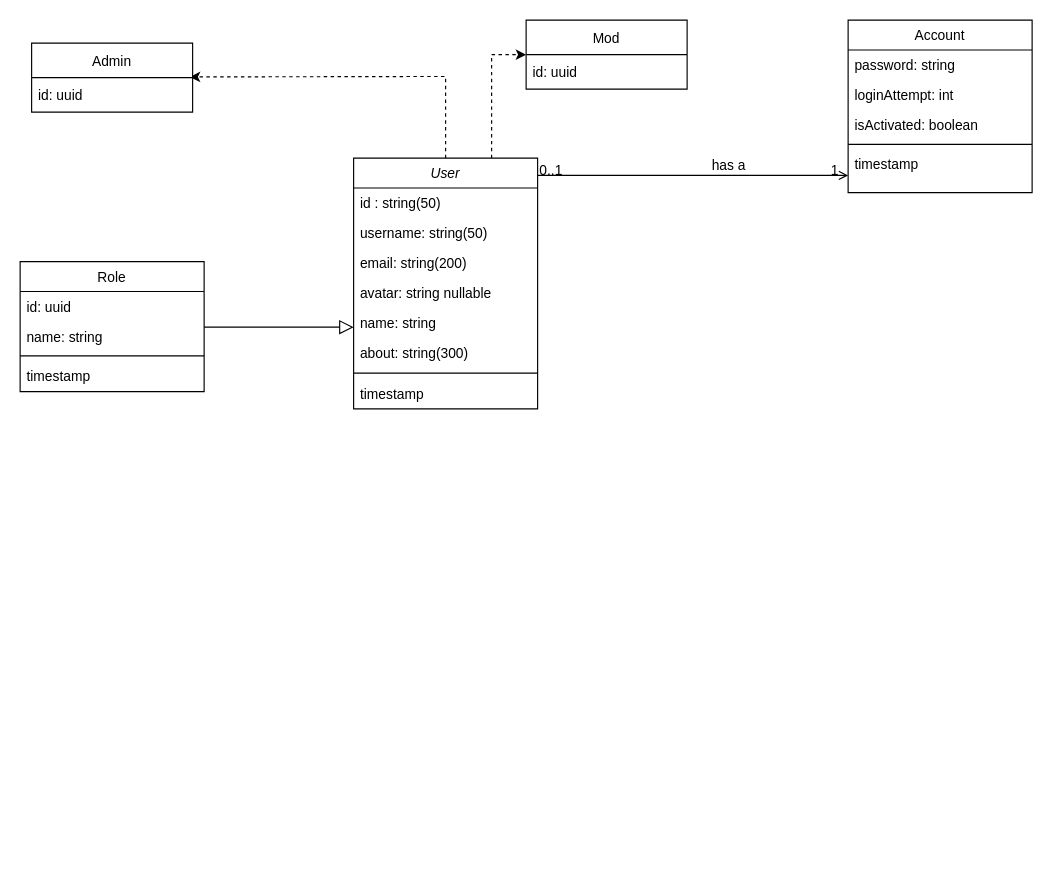
Earlier version of the draw.io diagram Tan_Blog.drawio (Spectrum184/tan_blog). Source tidied: cells renumbered, new cells numbered last; positions are measured from the earlier drawing's top-left corner, leaving out a move shared by most shapes. Both pictures are drawn from the tidied source at 115%, with x=0, y=0 at pixel (20, 20).
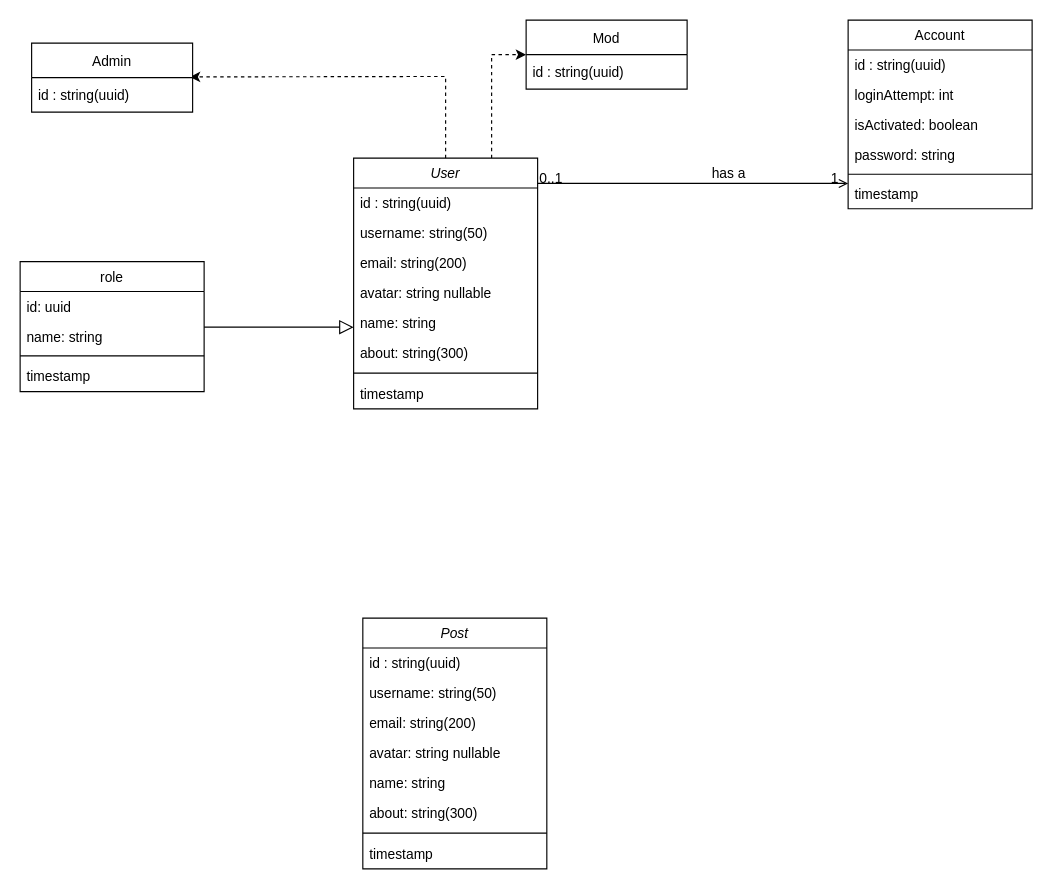
The same diagram, later.

The change refers to these unchanged cells:
```xml
<mxCell id="9" value="User" style="swimlane;fontStyle=2;align=center;verticalAlign=top;horizontal=1;startSize=26;rounded=0;shadow=0;strokeWidth=1;" parent="1" vertex="1">
  <mxGeometry x="290" y="120" width="160" height="218" as="geometry" />
</mxCell>
<mxCell id="29" value="Admin" style="swimlane;fontStyle=0;horizontal=1;startSize=30;" parent="1" vertex="1">
  <mxGeometry x="10" y="20" width="140" height="60" as="geometry" />
</mxCell>
<mxCell id="31" value="Mod" style="swimlane;fontStyle=0;horizontal=1;startSize=30;" parent="1" vertex="1">
  <mxGeometry x="440" width="140" height="60" as="geometry" />
</mxCell>
```

Change to the diagram source:
```diff
@@
-    <mxCell id="2" value="Role" style="swimlane;fontStyle=0;align=center;verticalAlign=top;horizontal=1;startSize=26;rounded=0;shadow=0;strokeWidth=1;" parent="1" vertex="1">
+    <mxCell id="2" value="role" style="swimlane;fontStyle=0;align=center;verticalAlign=top;horizontal=1;startSize=26;rounded=0;shadow=0;strokeWidth=1;" parent="1" vertex="1">
       <mxGeometry y="210" width="160" height="113" as="geometry" />
     </mxCell>
@@
-    <mxCell id="10" value="id : string(50)   " style="text;align=left;verticalAlign=top;spacingLeft=4;spacingRight=4;overflow=hidden;" parent="9" vertex="1">
+    <mxCell id="10" value="id : string(uuid)   " style="text;align=left;verticalAlign=top;spacingLeft=4;spacingRight=4;overflow=hidden;" parent="9" vertex="1">
       <mxGeometry y="26" width="160" height="26" as="geometry" />
     </mxCell>
@@
     <mxCell id="19" value="Account" style="swimlane;fontStyle=0;align=center;verticalAlign=top;horizontal=1;startSize=26;rounded=0;shadow=0;strokeWidth=1;" parent="1" vertex="1">
-      <mxGeometry x="720" width="160" height="150" as="geometry" />
+      <mxGeometry x="720" width="160" height="164" as="geometry" />
     </mxCell>
-    <mxCell id="20" value="password: string" style="text;align=left;verticalAlign=top;spacingLeft=4;spacingRight=4;overflow=hidden;" parent="19" vertex="1">
+    <mxCell id="20" value="id : string(uuid)   " style="text;align=left;verticalAlign=top;spacingLeft=4;spacingRight=4;overflow=hidden;" parent="19" vertex="1">
       <mxGeometry y="26" width="160" height="26" as="geometry" />
     </mxCell>
@@
+    <mxCell id="33" value="password: string" style="text;align=left;verticalAlign=top;spacingLeft=4;spacingRight=4;overflow=hidden;" parent="19" vertex="1">
+      <mxGeometry y="104" width="160" height="26" as="geometry" />
+    </mxCell>
     <mxCell id="23" style="line;html=1;strokeWidth=1;align=left;verticalAlign=middle;spacingTop=-1;spacingLeft=3;spacingRight=3;labelPosition=right;" parent="19" vertex="1">
-      <mxGeometry y="104" width="160" height="8" as="geometry" />
+      <mxGeometry y="130" width="160" height="8" as="geometry" />
     </mxCell>
     <mxCell id="24" value="timestamp" style="text;align=left;verticalAlign=top;spacingLeft=4;spacingRight=4;overflow=hidden;" parent="19" vertex="1">
-      <mxGeometry y="112" width="160" height="26" as="geometry" />
+      <mxGeometry y="138" width="160" height="26" as="geometry" />
     </mxCell>
@@
-    <mxCell id="30" value="id: uuid" style="text;strokeColor=none;fillColor=none;align=left;verticalAlign=middle;spacingLeft=4;spacingRight=4;overflow=hidden;points=[[0,0.5],[1,0.5]];portConstraint=eastwest;" parent="29" vertex="1">
+    <mxCell id="30" value="id : string(uuid)   " style="text;strokeColor=none;fillColor=none;align=left;verticalAlign=middle;spacingLeft=4;spacingRight=4;overflow=hidden;points=[[0,0.5],[1,0.5]];portConstraint=eastwest;" parent="29" vertex="1">
       <mxGeometry y="30" width="140" height="30" as="geometry" />
     </mxCell>
@@
-    <mxCell id="32" value="id: uuid" style="text;strokeColor=none;fillColor=none;align=left;verticalAlign=middle;spacingLeft=4;spacingRight=4;overflow=hidden;" parent="31" vertex="1">
+    <mxCell id="32" value="id : string(uuid)   " style="text;strokeColor=none;fillColor=none;align=left;verticalAlign=middle;spacingLeft=4;spacingRight=4;overflow=hidden;" parent="31" vertex="1">
       <mxGeometry y="30" width="140" height="30" as="geometry" />
     </mxCell>
+    <mxCell id="34" value="Post" style="swimlane;fontStyle=2;align=center;verticalAlign=top;horizontal=1;startSize=26;rounded=0;shadow=0;strokeWidth=1;" parent="1" vertex="1">
+      <mxGeometry x="298" y="520" width="160" height="218" as="geometry" />
+    </mxCell>
+    <mxCell id="35" value="id : string(uuid)   " style="text;align=left;verticalAlign=top;spacingLeft=4;spacingRight=4;overflow=hidden;" parent="34" vertex="1">
+      <mxGeometry y="26" width="160" height="26" as="geometry" />
+    </mxCell>
+    <mxCell id="36" value="username: string(50)" style="text;align=left;verticalAlign=top;spacingLeft=4;spacingRight=4;overflow=hidden;rounded=0;shadow=0;html=0;" parent="34" vertex="1">
+      <mxGeometry y="52" width="160" height="26" as="geometry" />
+    </mxCell>
+    <mxCell id="37" value="email: string(200)" style="text;align=left;verticalAlign=top;spacingLeft=4;spacingRight=4;overflow=hidden;rounded=0;shadow=0;html=0;" parent="34" vertex="1">
+      <mxGeometry y="78" width="160" height="26" as="geometry" />
+    </mxCell>
+    <mxCell id="38" value="avatar: string nullable" style="text;align=left;verticalAlign=top;spacingLeft=4;spacingRight=4;overflow=hidden;rounded=0;shadow=0;html=0;" parent="34" vertex="1">
+      <mxGeometry y="104" width="160" height="26" as="geometry" />
+    </mxCell>
+    <mxCell id="39" value="name: string" style="text;align=left;verticalAlign=top;spacingLeft=4;spacingRight=4;overflow=hidden;rounded=0;shadow=0;html=0;" parent="34" vertex="1">
+      <mxGeometry y="130" width="160" height="26" as="geometry" />
+    </mxCell>
+    <mxCell id="40" value="about: string(300)" style="text;align=left;verticalAlign=top;spacingLeft=4;spacingRight=4;overflow=hidden;rounded=0;shadow=0;html=0;" parent="34" vertex="1">
+      <mxGeometry y="156" width="160" height="26" as="geometry" />
+    </mxCell>
+    <mxCell id="41" style="line;html=1;strokeWidth=1;align=left;verticalAlign=middle;spacingTop=-1;spacingLeft=3;spacingRight=3;labelPosition=right;" parent="34" vertex="1">
+      <mxGeometry y="182" width="160" height="10" as="geometry" />
+    </mxCell>
+    <mxCell id="42" value="timestamp" style="text;align=left;verticalAlign=top;spacingLeft=4;spacingRight=4;overflow=hidden;rounded=0;shadow=0;html=0;" parent="34" vertex="1">
+      <mxGeometry y="192" width="160" height="26" as="geometry" />
+    </mxCell>
```
